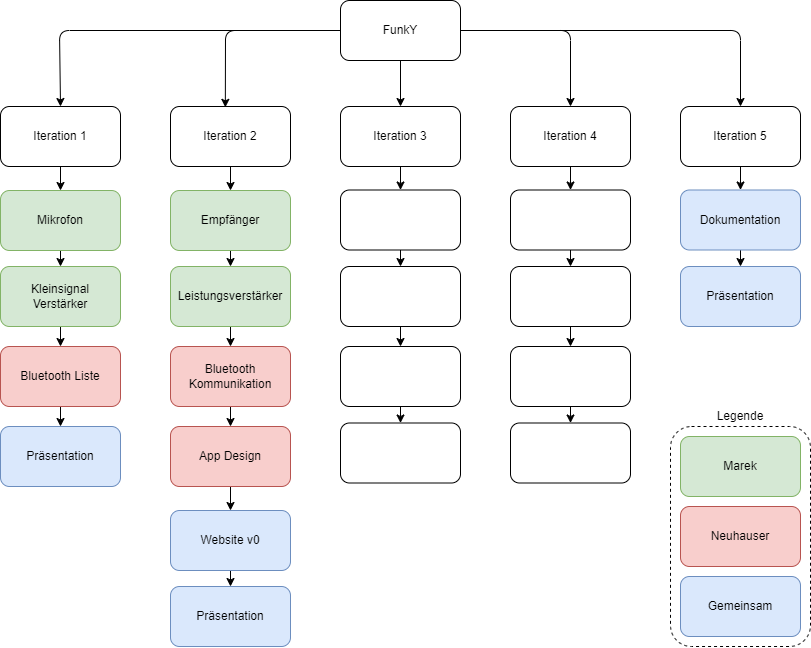
Earlier version of the draw.io export doc/img/projectstructureplan.png (Marek128b/HAM-Radio-transceiver-DA). Source tidied: cells renumbered, new cells last; positions are measured from the earlier drawing's top-left corner, leaving out a move shared by most shapes. Its diagram source:
```xml
<mxGraphModel>
  <root>
    <mxCell id="0" />
    <mxCell id="1" parent="0" />
    <mxCell id="2" style="edgeStyle=none;html=1;entryX=0.5;entryY=0;entryDx=0;entryDy=0;fontSize=12;fontColor=default;" parent="1" edge="1" source="7" target="11">
      <mxGeometry relative="1" as="geometry">
        <Array as="points">
          <mxPoint x="59" y="30" />
        </Array>
      </mxGeometry>
    </mxCell>
    <mxCell id="3" style="edgeStyle=none;html=1;fontSize=12;fontColor=default;" parent="1" edge="1" source="7" target="13">
      <mxGeometry relative="1" as="geometry" />
    </mxCell>
    <mxCell id="4" style="edgeStyle=none;html=1;entryX=0.457;entryY=0.014;entryDx=0;entryDy=0;entryPerimeter=0;fontSize=12;fontColor=default;" parent="1" edge="1" source="7" target="9">
      <mxGeometry relative="1" as="geometry">
        <Array as="points">
          <mxPoint x="225" y="30" />
        </Array>
      </mxGeometry>
    </mxCell>
    <mxCell id="5" style="edgeStyle=none;html=1;entryX=0.5;entryY=0;entryDx=0;entryDy=0;fontSize=12;fontColor=default;" parent="1" edge="1" source="7" target="17">
      <mxGeometry relative="1" as="geometry">
        <Array as="points">
          <mxPoint x="570" y="30" />
        </Array>
      </mxGeometry>
    </mxCell>
    <mxCell id="6" style="edgeStyle=none;html=1;exitX=1;exitY=0.5;exitDx=0;exitDy=0;entryX=0.5;entryY=0;entryDx=0;entryDy=0;fontSize=12;fontColor=default;" parent="1" edge="1" source="7" target="15">
      <mxGeometry relative="1" as="geometry">
        <Array as="points">
          <mxPoint x="740" y="30" />
        </Array>
      </mxGeometry>
    </mxCell>
    <mxCell id="7" value="FunkY" style="rounded=1;whiteSpace=wrap;html=1;" parent="1" vertex="1">
      <mxGeometry x="340" width="120" height="60" as="geometry" />
    </mxCell>
    <mxCell id="8" style="edgeStyle=none;html=1;fontSize=12;fontColor=default;" parent="1" edge="1" source="9" target="31">
      <mxGeometry relative="1" as="geometry" />
    </mxCell>
    <mxCell id="9" value="Iteration 2" style="rounded=1;whiteSpace=wrap;html=1;" parent="1" vertex="1">
      <mxGeometry x="170" y="106" width="120" height="60" as="geometry" />
    </mxCell>
    <mxCell id="10" style="edgeStyle=none;html=1;" parent="1" edge="1" source="11" target="19">
      <mxGeometry relative="1" as="geometry" />
    </mxCell>
    <mxCell id="11" value="Iteration 1" style="rounded=1;whiteSpace=wrap;html=1;" parent="1" vertex="1">
      <mxGeometry y="106" width="120" height="60" as="geometry" />
    </mxCell>
    <mxCell id="12" style="edgeStyle=none;html=1;fontSize=12;fontColor=default;" parent="1" edge="1" source="13" target="45">
      <mxGeometry relative="1" as="geometry" />
    </mxCell>
    <mxCell id="13" value="Iteration 3" style="rounded=1;whiteSpace=wrap;html=1;" parent="1" vertex="1">
      <mxGeometry x="340" y="106" width="120" height="60" as="geometry" />
    </mxCell>
    <mxCell id="14" style="edgeStyle=none;html=1;fontSize=12;fontColor=default;" parent="1" edge="1" source="15" target="41">
      <mxGeometry relative="1" as="geometry" />
    </mxCell>
    <mxCell id="15" value="Iteration 5" style="rounded=1;whiteSpace=wrap;html=1;" parent="1" vertex="1">
      <mxGeometry x="680" y="106" width="120" height="60" as="geometry" />
    </mxCell>
    <mxCell id="16" style="edgeStyle=none;html=1;fontSize=12;fontColor=default;" parent="1" edge="1" source="17" target="47">
      <mxGeometry relative="1" as="geometry" />
    </mxCell>
    <mxCell id="17" value="Iteration 4" style="rounded=1;whiteSpace=wrap;html=1;" parent="1" vertex="1">
      <mxGeometry x="510" y="106" width="120" height="60" as="geometry" />
    </mxCell>
    <mxCell id="18" style="edgeStyle=none;html=1;" parent="1" edge="1" source="19" target="21">
      <mxGeometry relative="1" as="geometry" />
    </mxCell>
    <mxCell id="19" value="Mikrofon" style="rounded=1;whiteSpace=wrap;html=1;fillColor=#d5e8d4;strokeColor=#82b366;" parent="1" vertex="1">
      <mxGeometry y="190" width="120" height="60" as="geometry" />
    </mxCell>
    <mxCell id="20" style="edgeStyle=none;html=1;" parent="1" edge="1" source="21" target="23">
      <mxGeometry relative="1" as="geometry" />
    </mxCell>
    <mxCell id="21" value="Kleinsignal &lt;br&gt;Verstärker" style="rounded=1;whiteSpace=wrap;html=1;fillColor=#d5e8d4;strokeColor=#82b366;" parent="1" vertex="1">
      <mxGeometry y="266" width="120" height="60" as="geometry" />
    </mxCell>
    <mxCell id="22" style="edgeStyle=none;html=1;" parent="1" edge="1" source="23" target="24">
      <mxGeometry relative="1" as="geometry" />
    </mxCell>
    <mxCell id="23" value="Bluetooth Liste" style="rounded=1;whiteSpace=wrap;html=1;fillColor=#f8cecc;strokeColor=#b85450;" parent="1" vertex="1">
      <mxGeometry y="346" width="120" height="60" as="geometry" />
    </mxCell>
    <mxCell id="24" value="Präsentation" style="rounded=1;whiteSpace=wrap;html=1;fillColor=#dae8fc;strokeColor=#6c8ebf;" parent="1" vertex="1">
      <mxGeometry y="426" width="120" height="60" as="geometry" />
    </mxCell>
    <mxCell id="25" style="rounded=1;whiteSpace=wrap;html=1;dashed=1;fillColor=none;" parent="1" vertex="1">
      <mxGeometry x="670" y="426" width="140" height="220" as="geometry" />
    </mxCell>
    <mxCell id="26" value="Marek" style="rounded=1;whiteSpace=wrap;html=1;fillColor=#d5e8d4;strokeColor=#82b366;" parent="1" vertex="1">
      <mxGeometry x="680" y="436" width="120" height="60" as="geometry" />
    </mxCell>
    <mxCell id="27" value="Neuhauser" style="rounded=1;whiteSpace=wrap;html=1;fillColor=#f8cecc;strokeColor=#b85450;" parent="1" vertex="1">
      <mxGeometry x="680" y="506" width="120" height="60" as="geometry" />
    </mxCell>
    <mxCell id="28" value="Gemeinsam" style="rounded=1;whiteSpace=wrap;html=1;fillColor=#dae8fc;strokeColor=#6c8ebf;" parent="1" vertex="1">
      <mxGeometry x="680" y="576" width="120" height="60" as="geometry" />
    </mxCell>
    <mxCell id="29" value="Legende" style="text;strokeColor=none;fillColor=none;align=center;verticalAlign=middle;rounded=0;dashed=1;fontSize=12;labelPosition=center;verticalLabelPosition=middle;fontColor=default;whiteSpace=wrap;html=1;spacing=0;" parent="1" vertex="1">
      <mxGeometry x="710" y="406" width="60" height="20" as="geometry" />
    </mxCell>
    <mxCell id="30" style="edgeStyle=none;html=1;fontSize=12;fontColor=default;" parent="1" edge="1" source="31" target="33">
      <mxGeometry relative="1" as="geometry" />
    </mxCell>
    <mxCell id="31" value="Empfänger" style="rounded=1;whiteSpace=wrap;html=1;fillColor=#d5e8d4;strokeColor=#82b366;" parent="1" vertex="1">
      <mxGeometry x="170" y="190" width="120" height="60" as="geometry" />
    </mxCell>
    <mxCell id="32" style="edgeStyle=none;html=1;fontSize=12;fontColor=default;" parent="1" edge="1" source="33" target="35">
      <mxGeometry relative="1" as="geometry" />
    </mxCell>
    <mxCell id="33" value="Leistungsverstärker" style="rounded=1;whiteSpace=wrap;html=1;fillColor=#d5e8d4;strokeColor=#82b366;" parent="1" vertex="1">
      <mxGeometry x="170" y="266" width="120" height="60" as="geometry" />
    </mxCell>
    <mxCell id="34" style="edgeStyle=none;html=1;fontSize=12;fontColor=default;" parent="1" edge="1" source="35" target="37">
      <mxGeometry relative="1" as="geometry" />
    </mxCell>
    <mxCell id="35" value="Bluetooth Kommunikation" style="rounded=1;whiteSpace=wrap;html=1;fillColor=#f8cecc;strokeColor=#b85450;" parent="1" vertex="1">
      <mxGeometry x="170" y="346" width="120" height="60" as="geometry" />
    </mxCell>
    <mxCell id="36" style="edgeStyle=none;html=1;fontSize=12;fontColor=default;" parent="1" edge="1" source="37" target="39">
      <mxGeometry relative="1" as="geometry" />
    </mxCell>
    <mxCell id="37" value="App Design" style="rounded=1;whiteSpace=wrap;html=1;fillColor=#f8cecc;strokeColor=#b85450;" parent="1" vertex="1">
      <mxGeometry x="170" y="426" width="120" height="60" as="geometry" />
    </mxCell>
    <mxCell id="38" style="edgeStyle=none;html=1;fontSize=12;fontColor=default;" parent="1" edge="1" source="39" target="43">
      <mxGeometry relative="1" as="geometry" />
    </mxCell>
    <mxCell id="39" value="Website v0" style="rounded=1;whiteSpace=wrap;html=1;fillColor=#dae8fc;strokeColor=#6c8ebf;" parent="1" vertex="1">
      <mxGeometry x="170" y="510" width="120" height="60" as="geometry" />
    </mxCell>
    <mxCell id="40" style="edgeStyle=none;html=1;fontSize=12;fontColor=default;" parent="1" edge="1" source="41" target="42">
      <mxGeometry relative="1" as="geometry" />
    </mxCell>
    <mxCell id="41" value="Dokumentation" style="rounded=1;whiteSpace=wrap;html=1;fillColor=#dae8fc;strokeColor=#6c8ebf;" parent="1" vertex="1">
      <mxGeometry x="680" y="189.5" width="120" height="60" as="geometry" />
    </mxCell>
    <mxCell id="42" value="Präsentation" style="rounded=1;whiteSpace=wrap;html=1;fillColor=#dae8fc;strokeColor=#6c8ebf;" parent="1" vertex="1">
      <mxGeometry x="680" y="266" width="120" height="60" as="geometry" />
    </mxCell>
    <mxCell id="43" value="Präsentation" style="rounded=1;whiteSpace=wrap;html=1;fillColor=#dae8fc;strokeColor=#6c8ebf;" parent="1" vertex="1">
      <mxGeometry x="170" y="586" width="120" height="60" as="geometry" />
    </mxCell>
    <mxCell id="44" style="edgeStyle=none;html=1;fontSize=12;fontColor=default;" parent="1" edge="1" source="45" target="49">
      <mxGeometry relative="1" as="geometry" />
    </mxCell>
    <mxCell id="45" style="rounded=1;whiteSpace=wrap;html=1;" parent="1" vertex="1">
      <mxGeometry x="340" y="189.5" width="120" height="60" as="geometry" />
    </mxCell>
    <mxCell id="46" style="edgeStyle=none;html=1;fontSize=12;fontColor=default;" parent="1" edge="1" source="47" target="51">
      <mxGeometry relative="1" as="geometry" />
    </mxCell>
    <mxCell id="47" style="rounded=1;whiteSpace=wrap;html=1;" parent="1" vertex="1">
      <mxGeometry x="510" y="189.5" width="120" height="60" as="geometry" />
    </mxCell>
    <mxCell id="48" style="edgeStyle=none;html=1;fontSize=12;fontColor=default;entryX=0.5;entryY=0;entryDx=0;entryDy=0;" parent="1" edge="1" source="49" target="53">
      <mxGeometry relative="1" as="geometry" />
    </mxCell>
    <mxCell id="49" style="rounded=1;whiteSpace=wrap;html=1;" parent="1" vertex="1">
      <mxGeometry x="340" y="266" width="120" height="60" as="geometry" />
    </mxCell>
    <mxCell id="50" style="edgeStyle=none;html=1;fontSize=12;fontColor=default;entryX=0.5;entryY=0;entryDx=0;entryDy=0;exitX=0.5;exitY=1;exitDx=0;exitDy=0;" parent="1" edge="1" source="51" target="55">
      <mxGeometry relative="1" as="geometry" />
    </mxCell>
    <mxCell id="51" style="rounded=1;whiteSpace=wrap;html=1;" parent="1" vertex="1">
      <mxGeometry x="510" y="266" width="120" height="60" as="geometry" />
    </mxCell>
    <mxCell id="52" style="edgeStyle=none;html=1;fontSize=12;fontColor=default;" parent="1" edge="1" source="53" target="56">
      <mxGeometry relative="1" as="geometry" />
    </mxCell>
    <mxCell id="53" style="rounded=1;whiteSpace=wrap;html=1;" parent="1" vertex="1">
      <mxGeometry x="340" y="346" width="120" height="60" as="geometry" />
    </mxCell>
    <mxCell id="54" style="edgeStyle=none;html=1;fontSize=12;fontColor=default;" parent="1" edge="1" source="55" target="57">
      <mxGeometry relative="1" as="geometry" />
    </mxCell>
    <mxCell id="55" style="rounded=1;whiteSpace=wrap;html=1;" parent="1" vertex="1">
      <mxGeometry x="510" y="346" width="120" height="60" as="geometry" />
    </mxCell>
    <mxCell id="56" style="rounded=1;whiteSpace=wrap;html=1;" parent="1" vertex="1">
      <mxGeometry x="340" y="422.5" width="120" height="60" as="geometry" />
    </mxCell>
    <mxCell id="57" style="rounded=1;whiteSpace=wrap;html=1;" parent="1" vertex="1">
      <mxGeometry x="510" y="422.5" width="120" height="60" as="geometry" />
    </mxCell>
  </root>
</mxGraphModel>
```
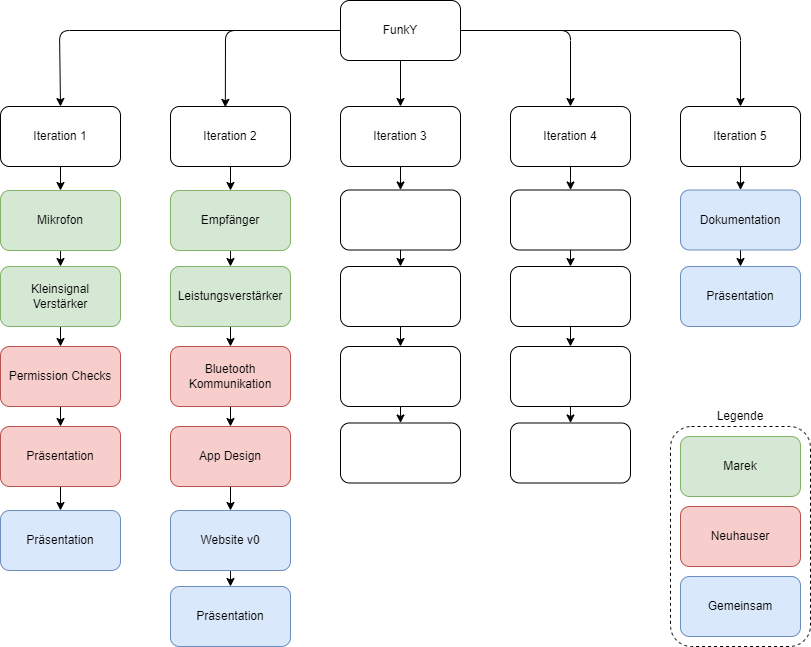
After the change.

Diff of the diagram source:
```diff
@@ -81,10 +81,13 @@
     <mxCell id="22" style="edgeStyle=none;html=1;" parent="1" edge="1" source="23" target="24">
       <mxGeometry relative="1" as="geometry" />
     </mxCell>
-    <mxCell id="23" value="Bluetooth Liste" style="rounded=1;whiteSpace=wrap;html=1;fillColor=#f8cecc;strokeColor=#b85450;" parent="1" vertex="1">
+    <mxCell id="23" value="Permission Checks" style="rounded=1;whiteSpace=wrap;html=1;fillColor=#f8cecc;strokeColor=#b85450;" parent="1" vertex="1">
       <mxGeometry y="346" width="120" height="60" as="geometry" />
     </mxCell>
+    <mxCell id="58" style="edgeStyle=none;html=1;" parent="1" edge="1" source="24" target="59">
+      <mxGeometry relative="1" as="geometry" />
+    </mxCell>
-    <mxCell id="24" value="Präsentation" style="rounded=1;whiteSpace=wrap;html=1;fillColor=#dae8fc;strokeColor=#6c8ebf;" parent="1" vertex="1">
+    <mxCell id="24" value="Präsentation" style="rounded=1;whiteSpace=wrap;html=1;fillColor=#f8cecc;strokeColor=#b85450;" parent="1" vertex="1">
       <mxGeometry y="426" width="120" height="60" as="geometry" />
     </mxCell>
     <mxCell id="25" style="rounded=1;whiteSpace=wrap;html=1;dashed=1;fillColor=none;" parent="1" vertex="1">
@@ -186,5 +189,8 @@
     <mxCell id="57" style="rounded=1;whiteSpace=wrap;html=1;" parent="1" vertex="1">
       <mxGeometry x="510" y="422.5" width="120" height="60" as="geometry" />
     </mxCell>
+    <mxCell id="59" value="Präsentation" style="rounded=1;whiteSpace=wrap;html=1;fillColor=#dae8fc;strokeColor=#6c8ebf;" parent="1" vertex="1">
+      <mxGeometry y="510" width="120" height="60" as="geometry" />
+    </mxCell>
   </root>
 </mxGraphModel>
```
